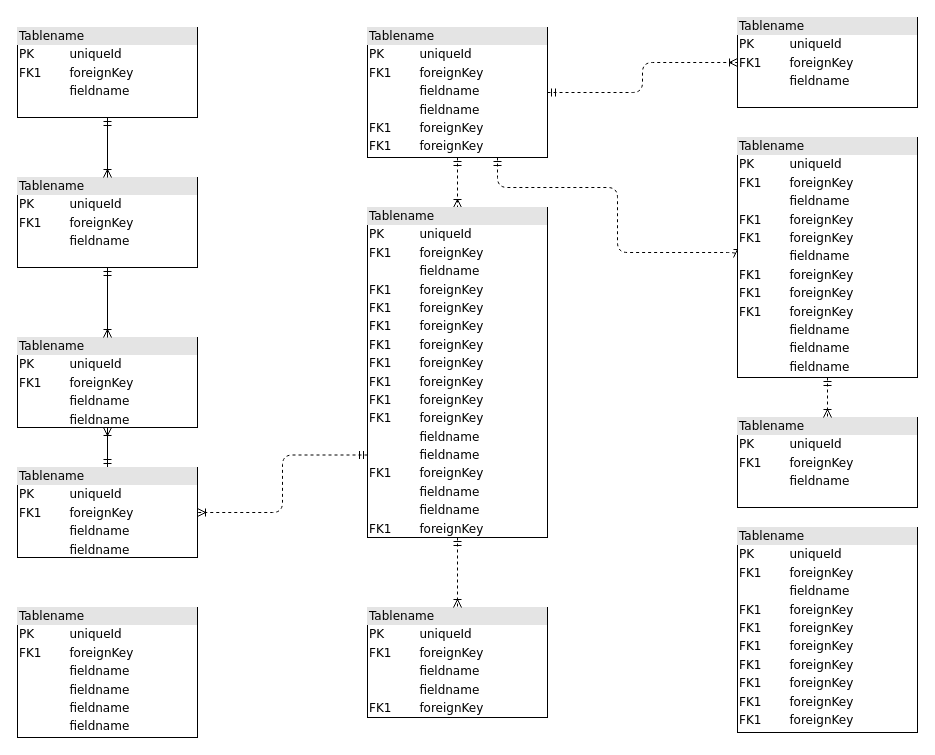
Before: database.drawio in Lamoury00/Lamoury00, a draw.io diagram. Source tidied: cells renumbered, new cells numbered last; positions are measured from the earlier drawing's top-left corner, leaving out a move shared by most shapes. Both pictures are drawn from the tidied source at 100%, with x=0, y=0 at pixel (17, 17).
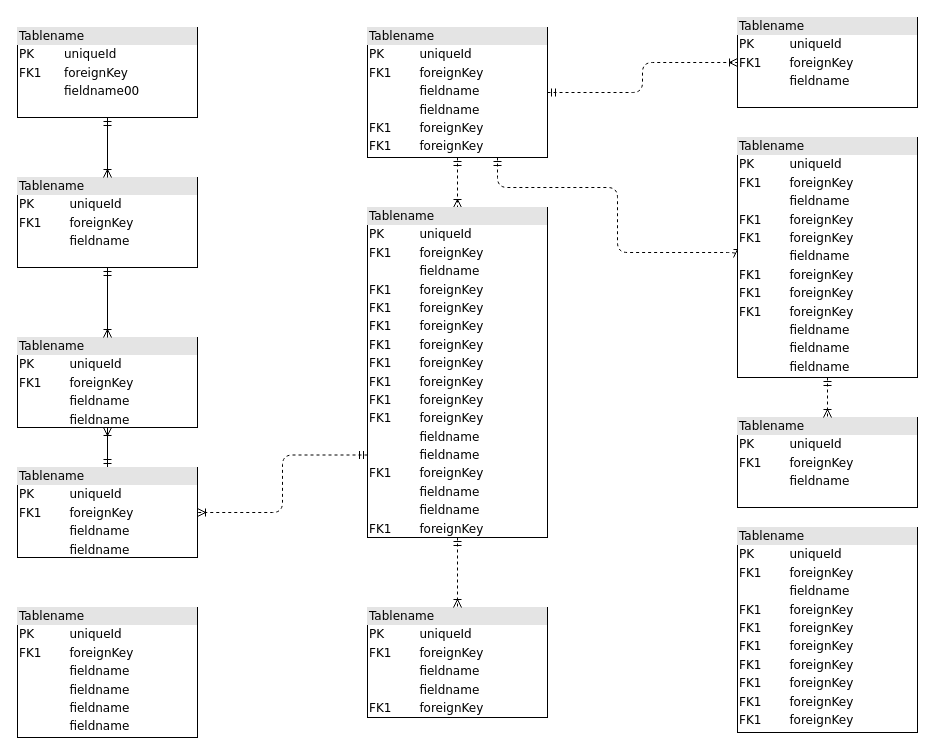
The same page after the edit.

Change to the diagram source:
```diff
@@
-    <mxCell id="2" value="&lt;div style=&quot;box-sizing:border-box;width:100%;background:#e4e4e4;padding:2px;&quot;&gt;Tablename&lt;/div&gt;&lt;table style=&quot;width:100%;font-size:1em;&quot; cellpadding=&quot;2&quot; cellspacing=&quot;0&quot;&gt;&lt;tr&gt;&lt;td&gt;PK&lt;/td&gt;&lt;td&gt;uniqueId&lt;/td&gt;&lt;/tr&gt;&lt;tr&gt;&lt;td&gt;FK1&lt;/td&gt;&lt;td&gt;foreignKey&lt;/td&gt;&lt;/tr&gt;&lt;tr&gt;&lt;td&gt;&lt;/td&gt;&lt;td&gt;fieldname&lt;/td&gt;&lt;/tr&gt;&lt;/table&gt;" style="verticalAlign=top;align=left;overflow=fill;html=1;rounded=0;shadow=0;comic=0;labelBackgroundColor=none;strokeWidth=1;fontFamily=Verdana;fontSize=12;" parent="1" vertex="1">
+    <mxCell id="2" value="&lt;div style=&quot;box-sizing:border-box;width:100%;background:#e4e4e4;padding:2px;&quot;&gt;Tablename&lt;/div&gt;&lt;table style=&quot;width:100%;font-size:1em;&quot; cellpadding=&quot;2&quot; cellspacing=&quot;0&quot;&gt;&lt;tbody&gt;&lt;tr&gt;&lt;td&gt;PK&lt;/td&gt;&lt;td&gt;uniqueId&lt;/td&gt;&lt;/tr&gt;&lt;tr&gt;&lt;td&gt;FK1&lt;/td&gt;&lt;td&gt;foreignKey&lt;/td&gt;&lt;/tr&gt;&lt;tr&gt;&lt;td&gt;&lt;/td&gt;&lt;td&gt;fieldname00&lt;/td&gt;&lt;/tr&gt;&lt;/tbody&gt;&lt;/table&gt;" style="verticalAlign=top;align=left;overflow=fill;html=1;rounded=0;shadow=0;comic=0;labelBackgroundColor=none;strokeWidth=1;fontFamily=Verdana;fontSize=12;" parent="1" vertex="1">
       <mxGeometry y="10" width="180" height="90" as="geometry" />
     </mxCell>
```
